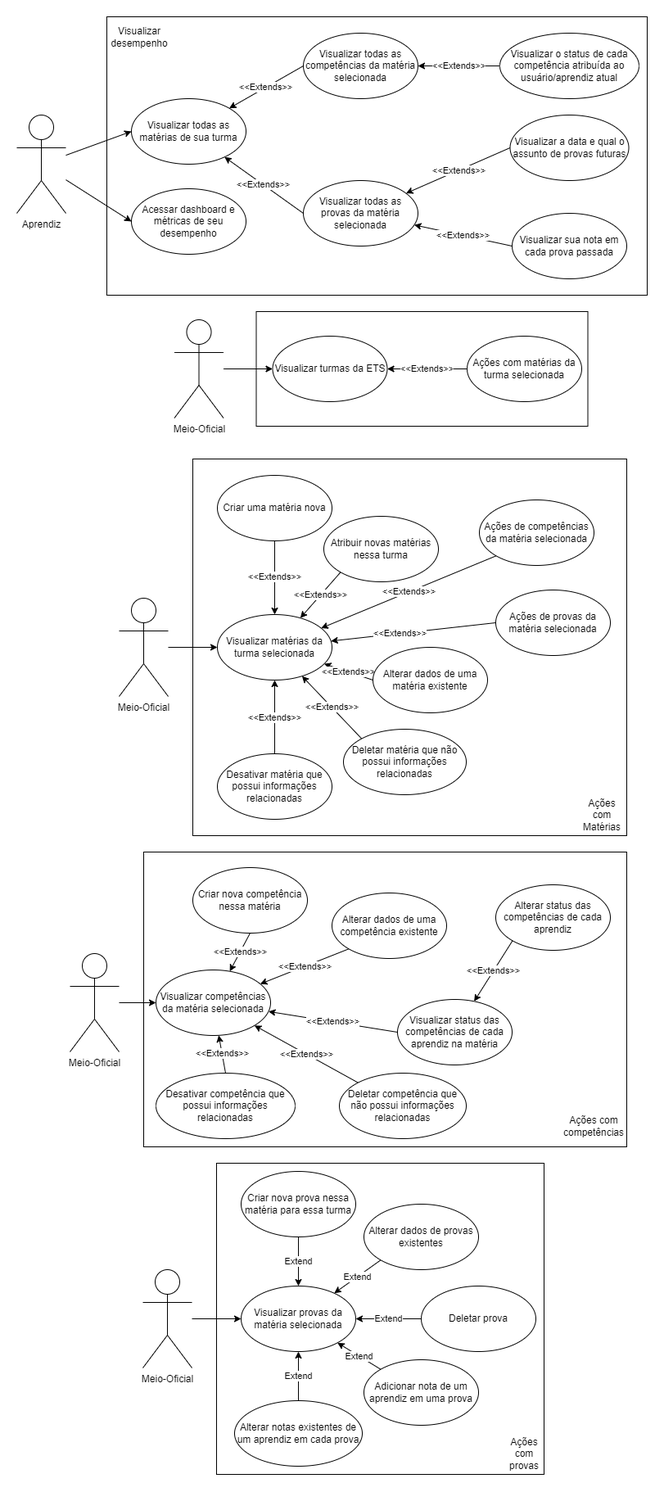
Earlier version of the draw.io export Documentacao/Provas e Competencias/Provas e Competencias - Diagrama de Caso de Uso Especifico.png (BrunoViotto18/ETS-Hub). Source tidied: cells renumbered, new cells last; positions are measured from the earlier drawing's top-left corner, leaving out a move shared by most shapes.
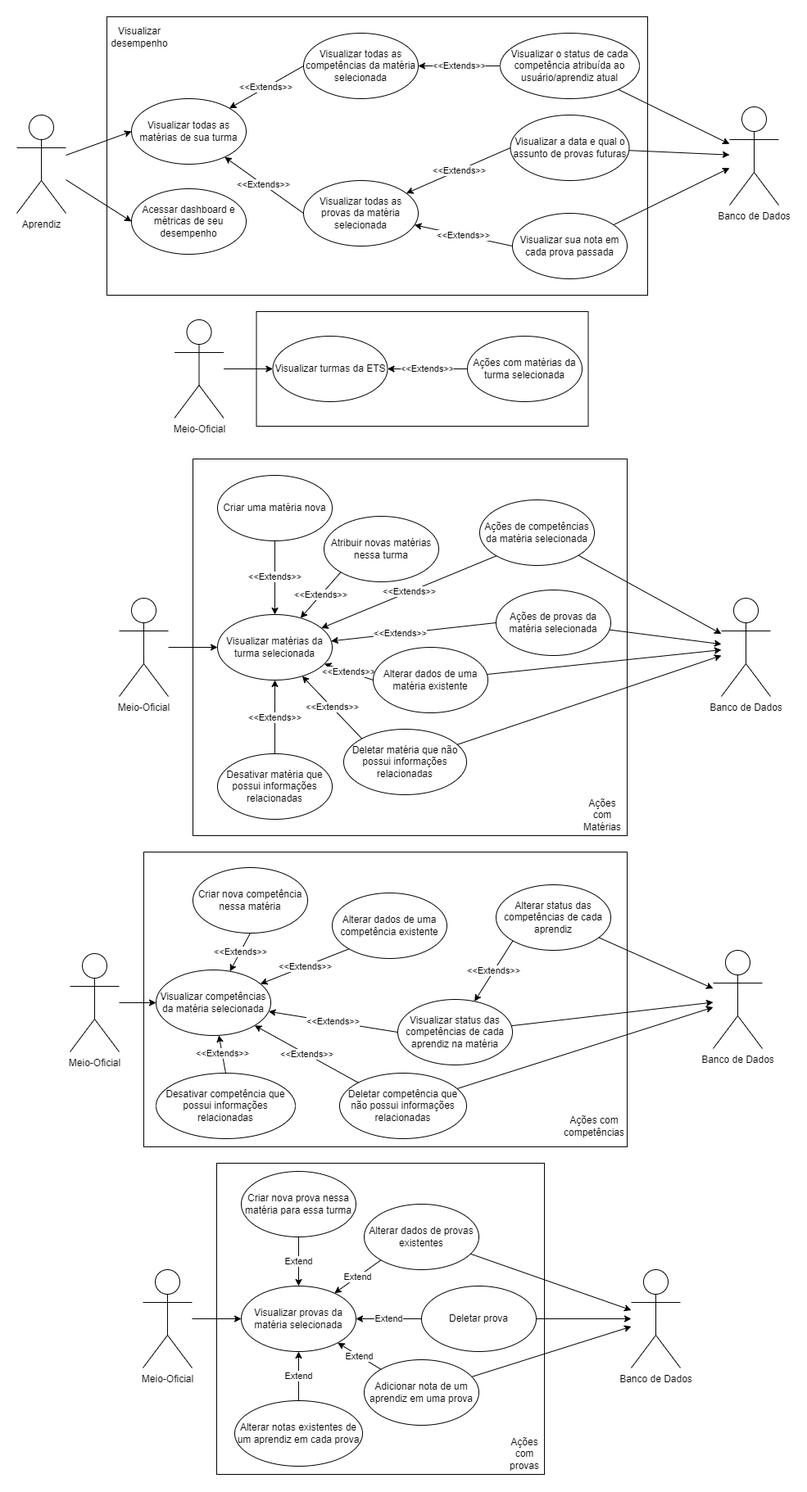
After the change.

Diff of the diagram source:
```diff
@@ -54,12 +54,21 @@
     <mxCell id="17" value="Visualizar todas as provas da matéria selecionada" style="ellipse;whiteSpace=wrap;html=1;" parent="1" vertex="1">
       <mxGeometry x="350" y="200" width="140" height="80" as="geometry" />
     </mxCell>
+    <mxCell id="77" style="edgeStyle=none;rounded=0;jettySize=auto;html=1;" parent="1" edge="1" source="18" target="90">
+      <mxGeometry relative="1" as="geometry" />
+    </mxCell>
     <mxCell id="18" value="Visualizar o status de cada competência atribuída ao usuário/aprendiz atual" style="ellipse;whiteSpace=wrap;html=1;" parent="1" vertex="1">
       <mxGeometry x="590" y="20" width="170" height="80" as="geometry" />
     </mxCell>
+    <mxCell id="78" style="edgeStyle=none;rounded=0;jettySize=auto;html=1;" parent="1" edge="1" source="19" target="90">
+      <mxGeometry relative="1" as="geometry" />
+    </mxCell>
     <mxCell id="19" value="Visualizar a data e qual o assunto de provas futuras" style="ellipse;whiteSpace=wrap;html=1;" parent="1" vertex="1">
       <mxGeometry x="602.5" y="120" width="145" height="80" as="geometry" />
     </mxCell>
+    <mxCell id="79" style="edgeStyle=none;rounded=0;jettySize=auto;html=1;" parent="1" edge="1" source="20" target="90">
+      <mxGeometry relative="1" as="geometry" />
+    </mxCell>
     <mxCell id="20" value="Visualizar sua nota em cada prova passada" style="ellipse;whiteSpace=wrap;html=1;" parent="1" vertex="1">
       <mxGeometry x="605" y="240" width="140" height="80" as="geometry" />
     </mxCell>
@@ -117,9 +126,15 @@
     <mxCell id="38" value="Criar uma matéria nova" style="ellipse;whiteSpace=wrap;html=1;" parent="1" vertex="1">
       <mxGeometry x="245" y="560" width="140" height="80" as="geometry" />
     </mxCell>
+    <mxCell id="80" style="edgeStyle=none;rounded=0;jettySize=auto;html=1;" parent="1" edge="1" source="39" target="91">
+      <mxGeometry relative="1" as="geometry" />
+    </mxCell>
     <mxCell id="39" value="Alterar dados de uma matéria existente" style="ellipse;whiteSpace=wrap;html=1;" parent="1" vertex="1">
       <mxGeometry x="435" y="770" width="140" height="80" as="geometry" />
     </mxCell>
+    <mxCell id="81" style="edgeStyle=none;rounded=0;jettySize=auto;html=1;" parent="1" edge="1" source="40" target="91">
+      <mxGeometry relative="1" as="geometry" />
+    </mxCell>
     <mxCell id="40" value="Deletar matéria que não possui informações relacionadas" style="ellipse;whiteSpace=wrap;html=1;" parent="1" vertex="1">
       <mxGeometry x="399" y="870" width="150" height="80" as="geometry" />
     </mxCell>
@@ -129,9 +144,15 @@
     <mxCell id="42" value="Atribuir novas matérias nessa turma" style="ellipse;whiteSpace=wrap;html=1;" parent="1" vertex="1">
       <mxGeometry x="375" y="610" width="140" height="80" as="geometry" />
     </mxCell>
+    <mxCell id="82" style="edgeStyle=none;rounded=0;jettySize=auto;html=1;" parent="1" edge="1" source="43" target="91">
+      <mxGeometry relative="1" as="geometry" />
+    </mxCell>
     <mxCell id="43" value="Ações de competências da matéria selecionada" style="ellipse;whiteSpace=wrap;html=1;" parent="1" vertex="1">
       <mxGeometry x="565" y="590" width="140" height="80" as="geometry" />
     </mxCell>
+    <mxCell id="83" style="edgeStyle=none;rounded=0;jettySize=auto;html=1;" parent="1" edge="1" source="44" target="91">
+      <mxGeometry relative="1" as="geometry" />
+    </mxCell>
     <mxCell id="44" value="Ações de provas da matéria selecionada" style="ellipse;whiteSpace=wrap;html=1;" parent="1" vertex="1">
       <mxGeometry x="585" y="700" width="140" height="80" as="geometry" />
     </mxCell>
@@ -171,15 +192,24 @@
     <mxCell id="56" value="Desativar competência que possui informações relacionadas" style="ellipse;whiteSpace=wrap;html=1;" parent="1" vertex="1">
       <mxGeometry x="170" y="1290" width="170" height="80" as="geometry" />
     </mxCell>
+    <mxCell id="84" style="edgeStyle=none;rounded=0;jettySize=auto;html=1;" parent="1" edge="1" source="57" target="92">
+      <mxGeometry relative="1" as="geometry" />
+    </mxCell>
     <mxCell id="57" value="Deletar competência que não possui informações relacionadas" style="ellipse;whiteSpace=wrap;html=1;" parent="1" vertex="1">
       <mxGeometry x="394" y="1290" width="155" height="80" as="geometry" />
     </mxCell>
     <mxCell id="58" value="&amp;lt;&amp;lt;Extends&amp;gt;&amp;gt;" style="edgeStyle=none;rounded=0;jettySize=auto;html=1;entryX=0;entryY=1;entryDx=0;entryDy=0;startArrow=classic;startFill=1;endArrow=none;endFill=0;" parent="1" edge="1" source="59" target="60">
       <mxGeometry relative="1" as="geometry" />
     </mxCell>
+    <mxCell id="85" style="edgeStyle=none;rounded=0;jettySize=auto;html=1;" parent="1" edge="1" source="59" target="92">
+      <mxGeometry relative="1" as="geometry" />
+    </mxCell>
     <mxCell id="59" value="Visualizar status das competências de cada aprendiz na matéria" style="ellipse;whiteSpace=wrap;html=1;" parent="1" vertex="1">
       <mxGeometry x="465" y="1200" width="140" height="80" as="geometry" />
     </mxCell>
+    <mxCell id="86" style="edgeStyle=none;rounded=0;jettySize=auto;html=1;" parent="1" edge="1" source="60" target="92">
+      <mxGeometry relative="1" as="geometry" />
+    </mxCell>
     <mxCell id="60" value="Alterar status das competências de cada aprendiz" style="ellipse;whiteSpace=wrap;html=1;" parent="1" vertex="1">
       <mxGeometry x="585" y="1060" width="140" height="80" as="geometry" />
     </mxCell>
@@ -216,12 +246,21 @@
     <mxCell id="71" value="Criar nova prova nessa matéria para essa turma" style="ellipse;whiteSpace=wrap;html=1;" parent="1" vertex="1">
       <mxGeometry x="274" y="1410" width="140" height="80" as="geometry" />
     </mxCell>
+    <mxCell id="87" style="edgeStyle=none;rounded=0;jettySize=auto;html=1;" parent="1" edge="1" source="72" target="93">
+      <mxGeometry relative="1" as="geometry" />
+    </mxCell>
     <mxCell id="72" value="Alterar dados de provas existentes" style="ellipse;whiteSpace=wrap;html=1;" parent="1" vertex="1">
       <mxGeometry x="424" y="1450" width="140" height="80" as="geometry" />
     </mxCell>
+    <mxCell id="88" style="edgeStyle=none;rounded=0;jettySize=auto;html=1;" parent="1" edge="1" source="73" target="93">
+      <mxGeometry relative="1" as="geometry" />
+    </mxCell>
     <mxCell id="73" value="Deletar prova" style="ellipse;whiteSpace=wrap;html=1;" parent="1" vertex="1">
       <mxGeometry x="494" y="1550" width="140" height="80" as="geometry" />
     </mxCell>
+    <mxCell id="89" style="edgeStyle=none;rounded=0;jettySize=auto;html=1;" parent="1" edge="1" source="74" target="93">
+      <mxGeometry relative="1" as="geometry" />
+    </mxCell>
     <mxCell id="74" value="Adicionar nota de um aprendiz em uma prova" style="ellipse;whiteSpace=wrap;html=1;" parent="1" vertex="1">
       <mxGeometry x="424" y="1640" width="140" height="80" as="geometry" />
     </mxCell>
@@ -231,5 +270,17 @@
     <mxCell id="76" value="Ações com provas" style="text;html=1;strokeColor=none;fillColor=none;align=center;verticalAlign=middle;whiteSpace=wrap;rounded=0;" parent="1" vertex="1">
       <mxGeometry x="590" y="1740" width="60" height="30" as="geometry" />
     </mxCell>
+    <mxCell id="90" value="Banco de Dados" style="shape=umlActor;verticalLabelPosition=bottom;verticalAlign=top;html=1;outlineConnect=0;" parent="1" vertex="1">
+      <mxGeometry x="870" y="110" width="60" height="120" as="geometry" />
+    </mxCell>
+    <mxCell id="91" value="Banco de Dados" style="shape=umlActor;verticalLabelPosition=bottom;verticalAlign=top;html=1;outlineConnect=0;" parent="1" vertex="1">
+      <mxGeometry x="860" y="710" width="60" height="120" as="geometry" />
+    </mxCell>
+    <mxCell id="92" value="Banco de Dados" style="shape=umlActor;verticalLabelPosition=bottom;verticalAlign=top;html=1;outlineConnect=0;" parent="1" vertex="1">
+      <mxGeometry x="850" y="1140" width="60" height="120" as="geometry" />
+    </mxCell>
+    <mxCell id="93" value="Banco de Dados" style="shape=umlActor;verticalLabelPosition=bottom;verticalAlign=top;html=1;outlineConnect=0;" parent="1" vertex="1">
+      <mxGeometry x="750" y="1530" width="60" height="120" as="geometry" />
+    </mxCell>
   </root>
 </mxGraphModel>
```
